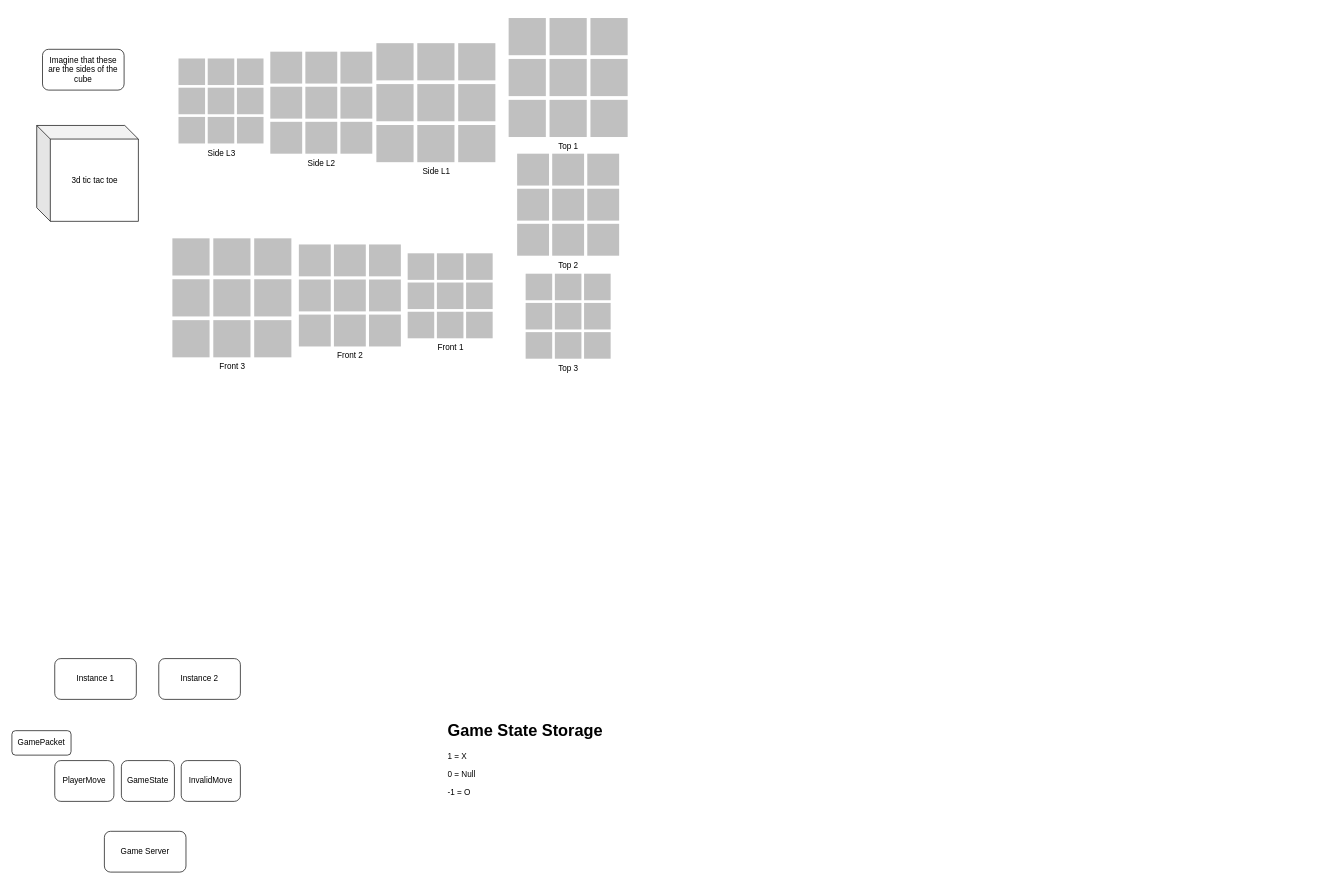
AbirFaisal/COP4331-Project keeps this draw.io diagram as Documentation/3DTTT.drawio. Above is the earlier version. Source tidied: cells renumbered, new cells numbered last; positions are measured from the earlier drawing's top-left corner, leaving out a move shared by most shapes. Both pictures are drawn from the tidied source at 68%, with x=0, y=0 at pixel (12, 18).
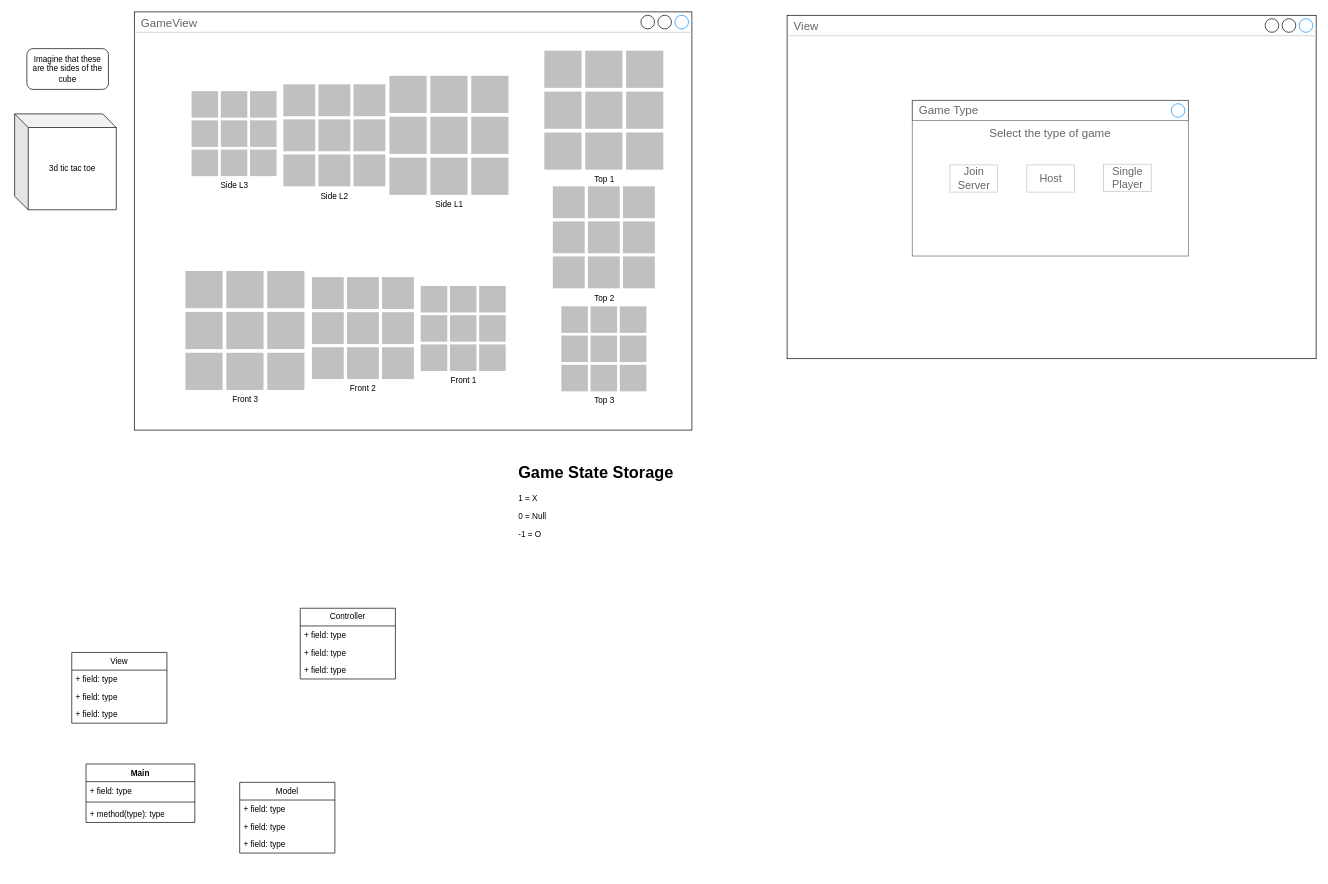
After the change.

Change to the diagram source:
```diff
@@
+    <mxCell id="21" value="GameView" style="strokeWidth=1;shadow=0;dashed=0;align=center;html=1;shape=mxgraph.mockup.containers.window;align=left;verticalAlign=top;spacingLeft=8;strokeColor2=#008cff;strokeColor3=#c4c4c4;fontColor=#666666;mainText=;fontSize=17;labelBackgroundColor=none;whiteSpace=wrap;" parent="1" vertex="1">
+      <mxGeometry x="180" y="-9" width="820" height="615" as="geometry" />
+    </mxCell>
     <mxCell id="2" value="Front 1" style="html=1;verticalLabelPosition=bottom;labelBackgroundColor=#ffffff;verticalAlign=top;shadow=0;dashed=0;strokeWidth=1;shape=mxgraph.ios7ui.iconGrid;fillColor=#c0c0c0;gridSize=3,3;" parent="1" vertex="1">
-      <mxGeometry x="582" y="346" width="125" height="125" as="geometry" />
+      <mxGeometry x="601.2" y="394" width="125" height="125" as="geometry" />
     </mxCell>
     <mxCell id="3" value="3d tic tac toe" style="shape=cube;whiteSpace=wrap;html=1;boundedLbl=1;backgroundOutline=1;darkOpacity=0.05;darkOpacity2=0.1;" parent="1" vertex="1">
-      <mxGeometry x="36.5" y="158" width="149.5" height="141" as="geometry" />
+      <mxGeometry x="4" y="141" width="149.5" height="141" as="geometry" />
     </mxCell>
     <mxCell id="4" value="Imagine that these are the sides of the cube" style="rounded=1;whiteSpace=wrap;html=1;" parent="1" vertex="1">
-      <mxGeometry x="45" y="46" width="120" height="60" as="geometry" />
+      <mxGeometry x="22" y="45" width="120" height="60" as="geometry" />
     </mxCell>
     <mxCell id="5" value="Front 2" style="html=1;verticalLabelPosition=bottom;labelBackgroundColor=#ffffff;verticalAlign=top;shadow=0;dashed=0;strokeWidth=1;shape=mxgraph.ios7ui.iconGrid;fillColor=#c0c0c0;gridSize=3,3;" parent="1" vertex="1">
-      <mxGeometry x="422" y="333" width="150" height="150" as="geometry" />
+      <mxGeometry x="441.2" y="381" width="150" height="150" as="geometry" />
     </mxCell>
     <mxCell id="6" value="Front 3" style="html=1;verticalLabelPosition=bottom;labelBackgroundColor=#ffffff;verticalAlign=top;shadow=0;dashed=0;strokeWidth=1;shape=mxgraph.ios7ui.iconGrid;fillColor=#c0c0c0;gridSize=3,3;" parent="1" vertex="1">
-      <mxGeometry x="236" y="324" width="175" height="175" as="geometry" />
+      <mxGeometry x="255.2" y="372" width="175" height="175" as="geometry" />
     </mxCell>
-    <mxCell id="7" value="Instance 1" style="rounded=1;whiteSpace=wrap;html=1;" parent="1" vertex="1">
-      <mxGeometry x="63" y="942" width="120" height="60" as="geometry" />
-    </mxCell>
-    <mxCell id="8" value="Instance 2" style="rounded=1;whiteSpace=wrap;html=1;" parent="1" vertex="1">
-      <mxGeometry x="216" y="942" width="120" height="60" as="geometry" />
-    </mxCell>
-    <mxCell id="9" value="Game Server" style="rounded=1;whiteSpace=wrap;html=1;" parent="1" vertex="1">
-      <mxGeometry x="136" y="1196" width="120" height="60" as="geometry" />
-    </mxCell>
-    <mxCell id="10" value="GameState" style="rounded=1;whiteSpace=wrap;html=1;" parent="1" vertex="1">
-      <mxGeometry x="161" y="1092" width="78" height="60" as="geometry" />
-    </mxCell>
-    <mxCell id="11" value="PlayerMove" style="rounded=1;whiteSpace=wrap;html=1;" parent="1" vertex="1">
-      <mxGeometry x="63" y="1092" width="87" height="60" as="geometry" />
-    </mxCell>
-    <mxCell id="12" value="InvalidMove" style="rounded=1;whiteSpace=wrap;html=1;" parent="1" vertex="1">
-      <mxGeometry x="249" y="1092" width="87" height="60" as="geometry" />
-    </mxCell>
     <mxCell id="13" value="&lt;h1&gt;Game State Storage&lt;/h1&gt;&lt;p&gt;1 = X&lt;/p&gt;&lt;p&gt;0 = Null&lt;/p&gt;&lt;p&gt;-1 = O&lt;/p&gt;" style="text;html=1;strokeColor=none;fillColor=none;spacing=5;spacingTop=-20;whiteSpace=wrap;overflow=hidden;rounded=0;" parent="1" vertex="1">
-      <mxGeometry x="636" y="1028" width="261" height="145" as="geometry" />
+      <mxGeometry x="740" y="649" width="261" height="145" as="geometry" />
     </mxCell>
-    <mxCell id="14" value="GamePacket" style="rounded=1;whiteSpace=wrap;html=1;" parent="1" vertex="1">
-      <mxGeometry y="1048" width="87" height="36" as="geometry" />
-    </mxCell>
     <mxCell id="15" value="Top 3" style="html=1;verticalLabelPosition=bottom;labelBackgroundColor=#ffffff;verticalAlign=top;shadow=0;dashed=0;strokeWidth=1;shape=mxgraph.ios7ui.iconGrid;fillColor=#c0c0c0;gridSize=3,3;" parent="1" vertex="1">
-      <mxGeometry x="755.5" y="376" width="125" height="125" as="geometry" />
+      <mxGeometry x="808" y="424" width="125" height="125" as="geometry" />
     </mxCell>
     <mxCell id="16" value="Top 2" style="html=1;verticalLabelPosition=bottom;labelBackgroundColor=#ffffff;verticalAlign=top;shadow=0;dashed=0;strokeWidth=1;shape=mxgraph.ios7ui.iconGrid;fillColor=#c0c0c0;gridSize=3,3;" parent="1" vertex="1">
-      <mxGeometry x="743" y="199.5" width="150" height="150" as="geometry" />
+      <mxGeometry x="795.5" y="247.5" width="150" height="150" as="geometry" />
     </mxCell>
     <mxCell id="17" value="Top 1" style="html=1;verticalLabelPosition=bottom;labelBackgroundColor=#ffffff;verticalAlign=top;shadow=0;dashed=0;strokeWidth=1;shape=mxgraph.ios7ui.iconGrid;fillColor=#c0c0c0;gridSize=3,3;" parent="1" vertex="1">
-      <mxGeometry x="730.5" width="175" height="175" as="geometry" />
+      <mxGeometry x="783" y="48" width="175" height="175" as="geometry" />
     </mxCell>
     <mxCell id="18" value="Side L3" style="html=1;verticalLabelPosition=bottom;labelBackgroundColor=#ffffff;verticalAlign=top;shadow=0;dashed=0;strokeWidth=1;shape=mxgraph.ios7ui.iconGrid;fillColor=#c0c0c0;gridSize=3,3;" parent="1" vertex="1">
-      <mxGeometry x="245" y="59.5" width="125" height="125" as="geometry" />
+      <mxGeometry x="264.2" y="107.5" width="125" height="125" as="geometry" />
     </mxCell>
     <mxCell id="19" value="Side L2" style="html=1;verticalLabelPosition=bottom;labelBackgroundColor=#ffffff;verticalAlign=top;shadow=0;dashed=0;strokeWidth=1;shape=mxgraph.ios7ui.iconGrid;fillColor=#c0c0c0;gridSize=3,3;" parent="1" vertex="1">
-      <mxGeometry x="380" y="49.5" width="150" height="150" as="geometry" />
+      <mxGeometry x="399.2" y="97.5" width="150" height="150" as="geometry" />
     </mxCell>
     <mxCell id="20" value="Side L1" style="html=1;verticalLabelPosition=bottom;labelBackgroundColor=#ffffff;verticalAlign=top;shadow=0;dashed=0;strokeWidth=1;shape=mxgraph.ios7ui.iconGrid;fillColor=#c0c0c0;gridSize=3,3;" parent="1" vertex="1">
-      <mxGeometry x="536" y="37" width="175" height="175" as="geometry" />
+      <mxGeometry x="555.2" y="85" width="175" height="175" as="geometry" />
     </mxCell>
+    <mxCell id="22" value="Model" style="swimlane;fontStyle=0;horizontal=1;startSize=26;fillColor=none;whiteSpace=wrap;html=1;" parent="1" vertex="1">
+      <mxGeometry x="335" y="1124" width="140" height="104" as="geometry" />
+    </mxCell>
+    <mxCell id="23" value="+ field: type" style="text;strokeColor=none;fillColor=none;align=left;verticalAlign=top;spacingLeft=4;spacingRight=4;overflow=hidden;whiteSpace=wrap;html=1;" parent="22" vertex="1">
+      <mxGeometry y="26" width="140" height="26" as="geometry" />
+    </mxCell>
+    <mxCell id="24" value="+ field: type" style="text;strokeColor=none;fillColor=none;align=left;verticalAlign=top;spacingLeft=4;spacingRight=4;overflow=hidden;whiteSpace=wrap;html=1;" parent="22" vertex="1">
+      <mxGeometry y="52" width="140" height="26" as="geometry" />
+    </mxCell>
+    <mxCell id="25" value="+ field: type" style="text;strokeColor=none;fillColor=none;align=left;verticalAlign=top;spacingLeft=4;spacingRight=4;overflow=hidden;whiteSpace=wrap;html=1;" parent="22" vertex="1">
+      <mxGeometry y="78" width="140" height="26" as="geometry" />
+    </mxCell>
+    <mxCell id="26" value="View" style="swimlane;fontStyle=0;horizontal=1;startSize=26;fillColor=none;whiteSpace=wrap;html=1;" parent="1" vertex="1">
+      <mxGeometry x="88" y="933" width="140" height="104" as="geometry" />
+    </mxCell>
+    <mxCell id="27" value="+ field: type" style="text;strokeColor=none;fillColor=none;align=left;verticalAlign=top;spacingLeft=4;spacingRight=4;overflow=hidden;whiteSpace=wrap;html=1;" parent="26" vertex="1">
+      <mxGeometry y="26" width="140" height="26" as="geometry" />
+    </mxCell>
+    <mxCell id="28" value="+ field: type" style="text;strokeColor=none;fillColor=none;align=left;verticalAlign=top;spacingLeft=4;spacingRight=4;overflow=hidden;whiteSpace=wrap;html=1;" parent="26" vertex="1">
+      <mxGeometry y="52" width="140" height="26" as="geometry" />
+    </mxCell>
+    <mxCell id="29" value="+ field: type" style="text;strokeColor=none;fillColor=none;align=left;verticalAlign=top;spacingLeft=4;spacingRight=4;overflow=hidden;whiteSpace=wrap;html=1;" parent="26" vertex="1">
+      <mxGeometry y="78" width="140" height="26" as="geometry" />
+    </mxCell>
+    <mxCell id="30" value="Controller" style="swimlane;fontStyle=0;horizontal=1;startSize=26;fillColor=none;whiteSpace=wrap;html=1;" parent="1" vertex="1">
+      <mxGeometry x="424" y="868" width="140" height="104" as="geometry" />
+    </mxCell>
+    <mxCell id="31" value="+ field: type" style="text;strokeColor=none;fillColor=none;align=left;verticalAlign=top;spacingLeft=4;spacingRight=4;overflow=hidden;whiteSpace=wrap;html=1;" parent="30" vertex="1">
+      <mxGeometry y="26" width="140" height="26" as="geometry" />
+    </mxCell>
+    <mxCell id="32" value="+ field: type" style="text;strokeColor=none;fillColor=none;align=left;verticalAlign=top;spacingLeft=4;spacingRight=4;overflow=hidden;whiteSpace=wrap;html=1;" parent="30" vertex="1">
+      <mxGeometry y="52" width="140" height="26" as="geometry" />
+    </mxCell>
+    <mxCell id="33" value="+ field: type" style="text;strokeColor=none;fillColor=none;align=left;verticalAlign=top;spacingLeft=4;spacingRight=4;overflow=hidden;whiteSpace=wrap;html=1;" parent="30" vertex="1">
+      <mxGeometry y="78" width="140" height="26" as="geometry" />
+    </mxCell>
+    <mxCell id="34" value="Main" style="swimlane;fontStyle=1;align=center;verticalAlign=top;horizontal=1;startSize=26;whiteSpace=wrap;html=1;" parent="1" vertex="1">
+      <mxGeometry x="109" y="1097" width="160" height="86" as="geometry" />
+    </mxCell>
+    <mxCell id="35" value="+ field: type" style="text;strokeColor=none;fillColor=none;align=left;verticalAlign=top;spacingLeft=4;spacingRight=4;overflow=hidden;whiteSpace=wrap;html=1;" parent="34" vertex="1">
+      <mxGeometry y="26" width="160" height="26" as="geometry" />
+    </mxCell>
+    <mxCell id="36" style="line;strokeWidth=1;fillColor=none;align=left;verticalAlign=middle;spacingTop=-1;spacingLeft=3;spacingRight=3;labelPosition=right;strokeColor=inherit;" parent="34" vertex="1">
+      <mxGeometry y="52" width="160" height="8" as="geometry" />
+    </mxCell>
+    <mxCell id="37" value="+ method(type): type" style="text;strokeColor=none;fillColor=none;align=left;verticalAlign=top;spacingLeft=4;spacingRight=4;overflow=hidden;whiteSpace=wrap;html=1;" parent="34" vertex="1">
+      <mxGeometry y="60" width="160" height="26" as="geometry" />
+    </mxCell>
+    <mxCell id="38" value="View" style="strokeWidth=1;shadow=0;dashed=0;align=center;html=1;shape=mxgraph.mockup.containers.window;align=left;verticalAlign=top;spacingLeft=8;strokeColor2=#008cff;strokeColor3=#c4c4c4;fontColor=#666666;mainText=;fontSize=17;labelBackgroundColor=none;whiteSpace=wrap;" parent="1" vertex="1">
+      <mxGeometry x="1140" y="-4" width="778" height="505" as="geometry" />
+    </mxCell>
+    <mxCell id="39" value="Select the type of game" style="strokeWidth=1;shadow=0;dashed=0;align=center;html=1;shape=mxgraph.mockup.containers.rrect;rSize=0;strokeColor=#666666;fontColor=#666666;fontSize=17;verticalAlign=top;whiteSpace=wrap;fillColor=#ffffff;spacingTop=32;" parent="1" vertex="1">
+      <mxGeometry x="1324" y="121" width="406" height="229" as="geometry" />
+    </mxCell>
+    <mxCell id="40" value="Game Type" style="strokeWidth=1;shadow=0;dashed=0;align=center;html=1;shape=mxgraph.mockup.containers.rrect;rSize=0;fontSize=17;fontColor=#666666;strokeColor=#666666;align=left;spacingLeft=8;fillColor=none;whiteSpace=wrap;" parent="39" vertex="1">
+      <mxGeometry width="406" height="30" relative="1" as="geometry" />
+    </mxCell>
+    <mxCell id="41" style="shape=ellipse;strokeColor=#008cff;fillColor=none;html=1;" parent="40" vertex="1">
+      <mxGeometry x="1" y="0.5" width="20" height="20" relative="1" as="geometry">
+        <mxPoint x="-25" y="-10" as="offset" />
+      </mxGeometry>
+    </mxCell>
+    <mxCell id="42" value="Single Player" style="strokeWidth=1;shadow=0;dashed=0;align=center;html=1;shape=mxgraph.mockup.containers.rrect;rSize=0;fontSize=16;fontColor=#666666;strokeColor=#c4c4c4;whiteSpace=wrap;fillColor=none;" parent="39" vertex="1">
+      <mxGeometry x="0.25" y="1" width="70" height="40" relative="1" as="geometry">
+        <mxPoint x="180" y="-135" as="offset" />
+      </mxGeometry>
+    </mxCell>
+    <mxCell id="43" value="Join Server" style="strokeWidth=1;shadow=0;dashed=0;align=center;html=1;shape=mxgraph.mockup.containers.rrect;rSize=0;fontSize=16;fontColor=#666666;strokeColor=#c4c4c4;whiteSpace=wrap;fillColor=none;" parent="39" vertex="1">
+      <mxGeometry x="0.75" y="1" width="70" height="40" relative="1" as="geometry">
+        <mxPoint x="-249" y="-134" as="offset" />
+      </mxGeometry>
+    </mxCell>
+    <mxCell id="44" value="Host" style="strokeWidth=1;shadow=0;dashed=0;align=center;html=1;shape=mxgraph.mockup.containers.rrect;rSize=0;fontSize=16;fontColor=#666666;strokeColor=#c4c4c4;whiteSpace=wrap;fillColor=none;" parent="39" vertex="1">
+      <mxGeometry x="168.5" y="95" width="70" height="40" as="geometry" />
+    </mxCell>
```
